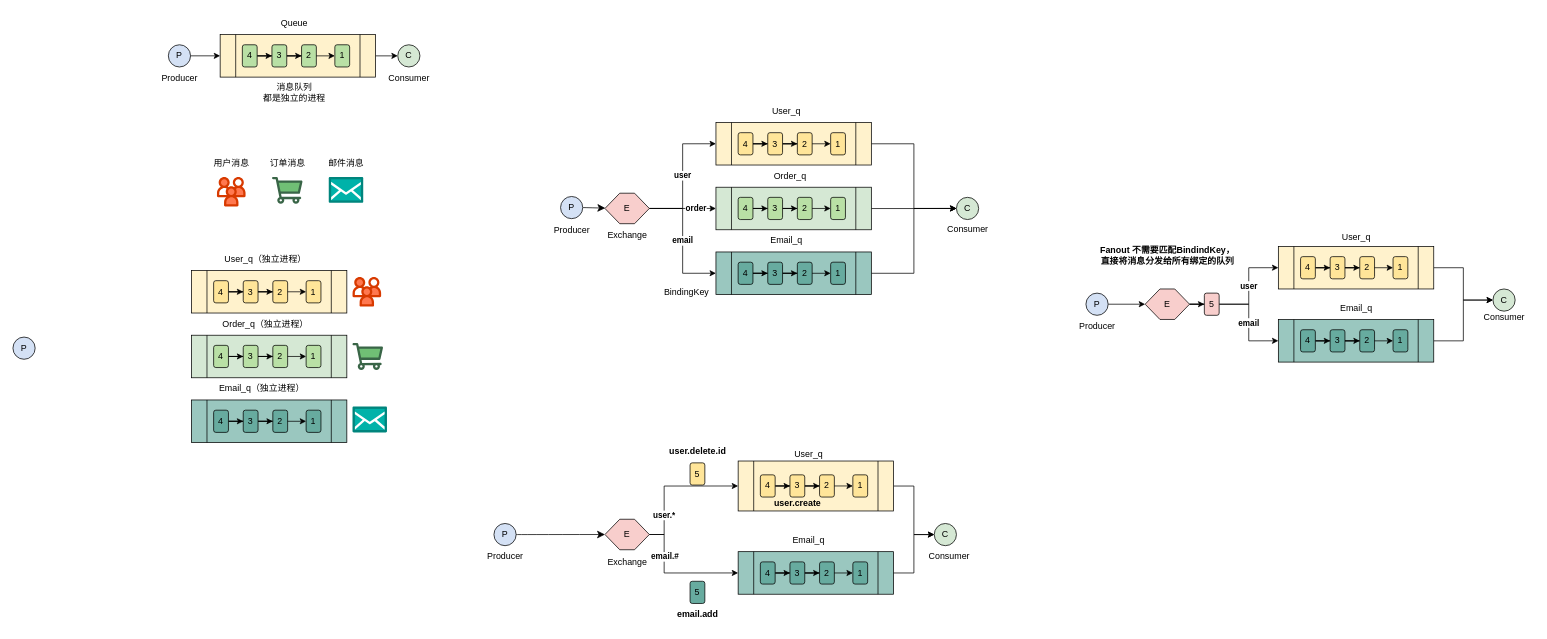
This is Drawio/RabbitMQ.drawio from RainbowJier/RabbitMQ, a draw.io file, before an edit. Source tidied: cells renumbered, new cells numbered last; positions are measured from the earlier drawing's top-left corner, leaving out a move shared by most shapes. Both pictures are drawn from the tidied source at 74%, with x=0, y=0 at pixel (13, 12).
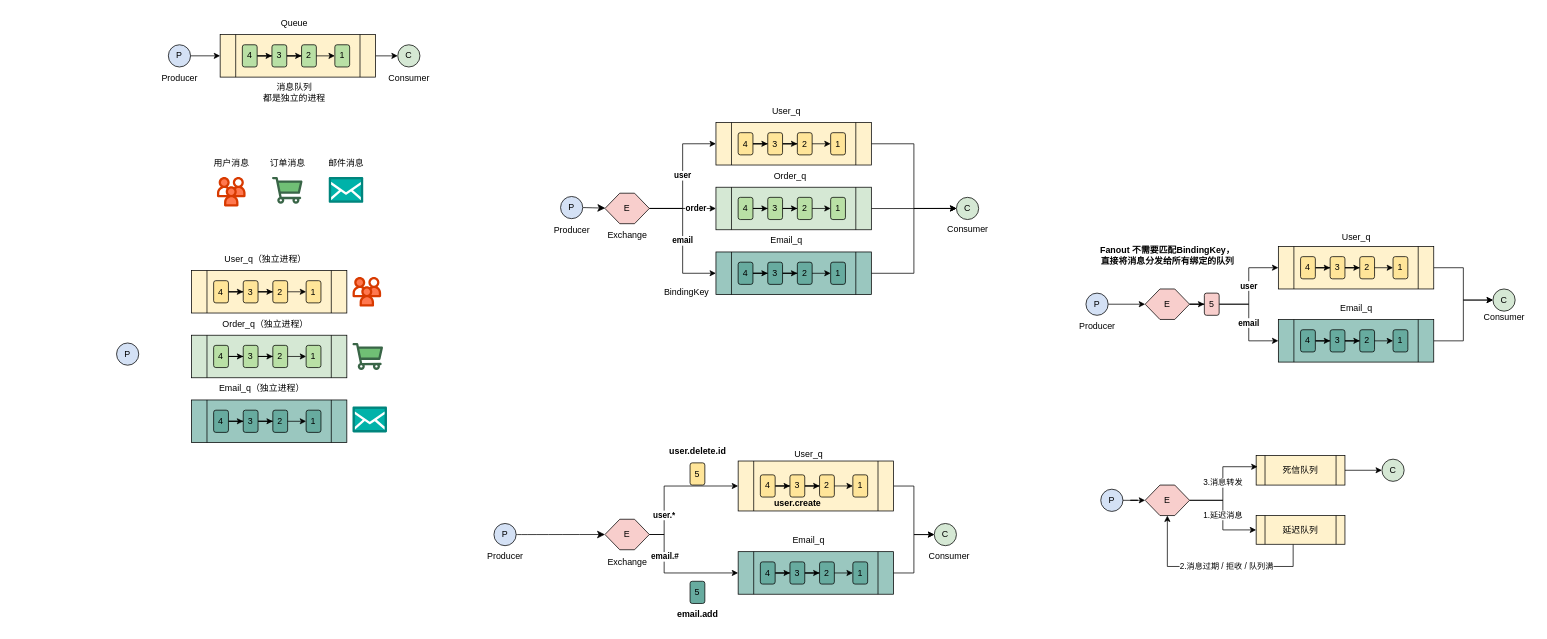
The same page after the edit.

Diff of the diagram source:
```diff
@@
     <mxCell id="22" value="P" style="ellipse;whiteSpace=wrap;html=1;fillColor=#D4E1F5;" parent="1" vertex="1">
-      <mxGeometry y="439" width="30" height="30" as="geometry" />
+      <mxGeometry x="140" y="447" width="30" height="30" as="geometry" />
     </mxCell>
@@
-    <mxCell id="159" value="&lt;b&gt;Fanout 不需要匹配BindindKey，&lt;br&gt;直接将消息分发给所有绑定的队列&lt;/b&gt;" style="text;html=1;align=center;verticalAlign=middle;strokeColor=none;fillColor=none;" parent="1" vertex="1">
+    <mxCell id="159" value="&lt;b&gt;Fanout 不需要匹配BindingKey，&lt;br&gt;直接将消息分发给所有绑定的队列&lt;/b&gt;" style="text;html=1;align=center;verticalAlign=middle;strokeColor=none;fillColor=none;" parent="1" vertex="1">
       <mxGeometry x="1455" y="309" width="210" height="40" as="geometry" />
     </mxCell>
@@
+    <mxCell id="168" style="edgeStyle=orthogonalEdgeStyle;rounded=0;jettySize=auto;html=1;" parent="1" edge="1" source="169" target="171">
+      <mxGeometry relative="1" as="geometry" />
+    </mxCell>
+    <mxCell id="169" value="P" style="ellipse;whiteSpace=wrap;html=1;fillColor=#D4E1F5;" parent="1" vertex="1">
+      <mxGeometry x="1470" y="644.6" width="30" height="30" as="geometry" />
+    </mxCell>
+    <mxCell id="170" value="1.延迟消息" style="edgeStyle=orthogonalEdgeStyle;rounded=0;jettySize=auto;html=1;" parent="1" edge="1" source="171" target="175">
+      <mxGeometry relative="1" as="geometry" />
+    </mxCell>
+    <mxCell id="171" value="E" style="shape=hexagon;perimeter=hexagonPerimeter2;whiteSpace=wrap;html=1;fixedSize=1;fillColor=#F8CECC;" parent="1" vertex="1">
+      <mxGeometry x="1530" y="639" width="60" height="41.2" as="geometry" />
+    </mxCell>
+    <mxCell id="172" style="edgeStyle=orthogonalEdgeStyle;rounded=0;jettySize=auto;html=1;" parent="1" edge="1" source="173" target="177">
+      <mxGeometry relative="1" as="geometry" />
+    </mxCell>
+    <mxCell id="173" value="死信队列" style="shape=process;whiteSpace=wrap;html=1;backgroundOutline=1;fillColor=#FFF2CC;" parent="1" vertex="1">
+      <mxGeometry x="1680" y="599" width="120" height="40" as="geometry" />
+    </mxCell>
+    <mxCell id="174" value="2.消息过期 / 拒收 / 队列满" style="edgeStyle=orthogonalEdgeStyle;rounded=0;jettySize=auto;html=1;entryX=0.5;entryY=1;entryDx=0;entryDy=0;" parent="1" edge="1" source="175" target="171">
+      <mxGeometry x="-0.11" relative="1" as="geometry">
+        <Array as="points">
+          <mxPoint x="1730" y="749" />
+          <mxPoint x="1560" y="749" />
+        </Array>
+      </mxGeometry>
+    </mxCell>
+    <mxCell id="175" value="延迟队列" style="shape=process;whiteSpace=wrap;html=1;backgroundOutline=1;fillColor=#FFF2CC;" parent="1" vertex="1">
+      <mxGeometry x="1680" y="680.2" width="120" height="38.8" as="geometry" />
+    </mxCell>
+    <mxCell id="176" value="3.消息转发" style="edgeStyle=orthogonalEdgeStyle;rounded=0;jettySize=auto;html=1;entryX=0.016;entryY=0.381;entryDx=0;entryDy=0;entryPerimeter=0;" parent="1" edge="1" source="171" target="173">
+      <mxGeometry relative="1" as="geometry" />
+    </mxCell>
+    <mxCell id="177" value="C" style="ellipse;whiteSpace=wrap;html=1;fillColor=#D5E8D4;" parent="1" vertex="1">
+      <mxGeometry x="1850" y="604" width="30" height="30" as="geometry" />
+    </mxCell>
```
